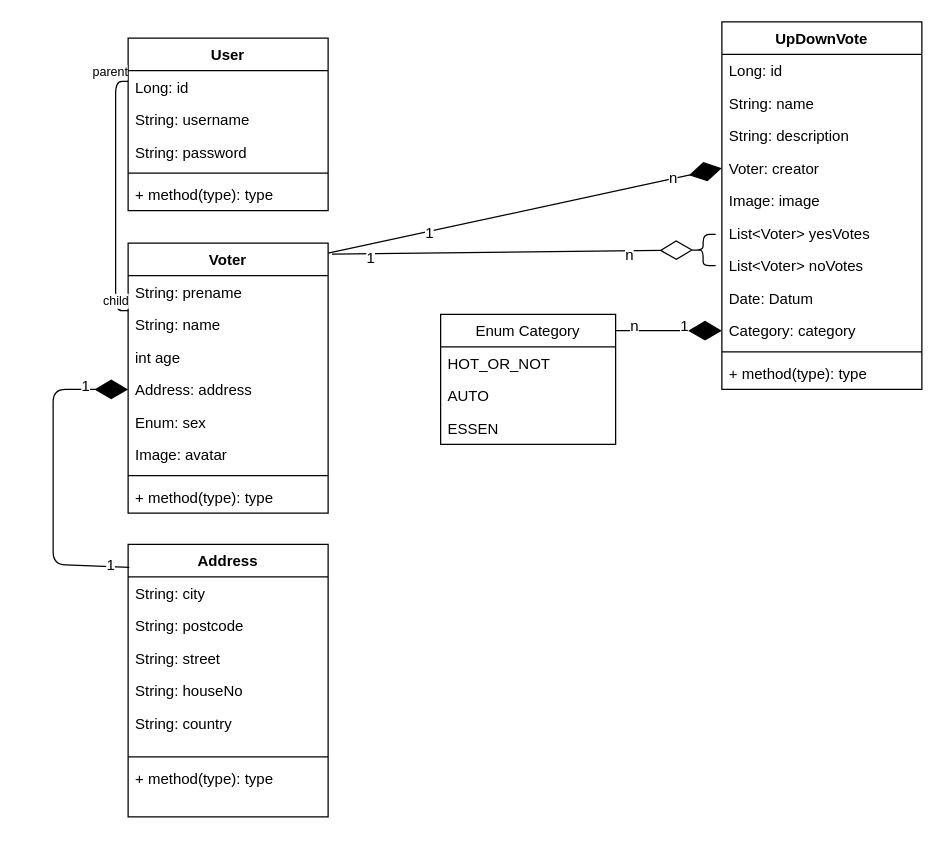
This is class-diagram.drawio from CodeWithFriendsKa/verteilte-systeme-vote-doku, a draw.io file, before an edit. Source tidied: cells renumbered, new cells numbered last; positions are measured from the earlier drawing's top-left corner, leaving out a move shared by most shapes. Both pictures are drawn from the tidied source at 125%, with x=0, y=0 at pixel (52, 21).
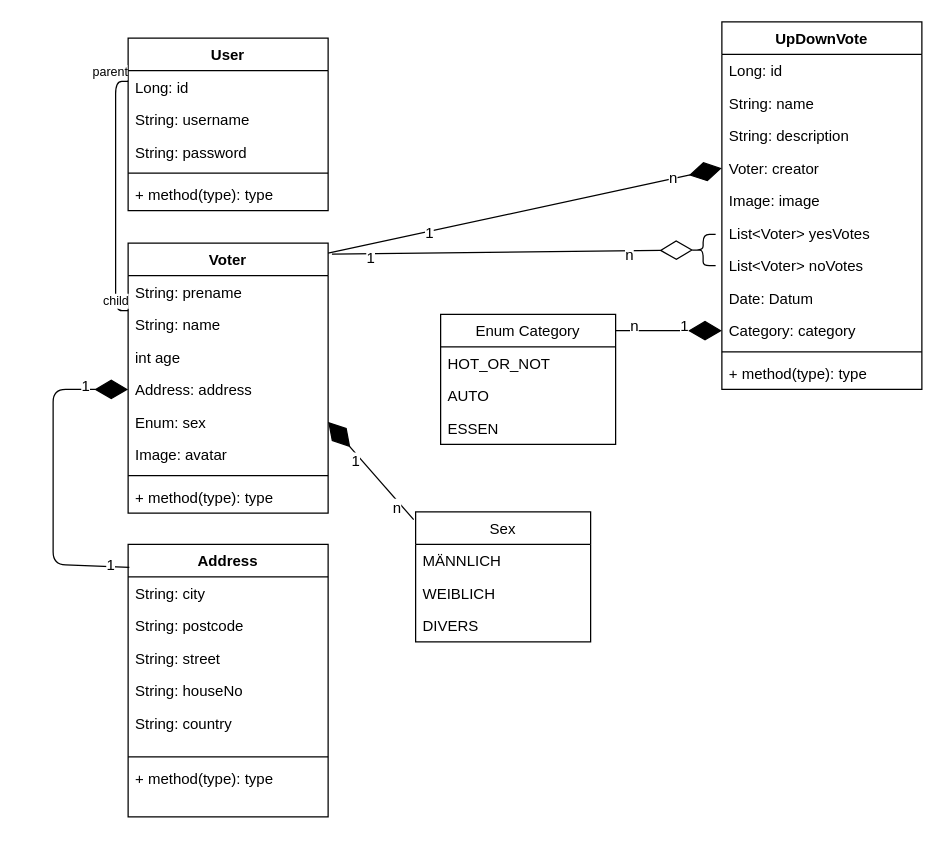
Above is the later version.

Commit message:
Einfügen von Sex Enum class-diagram.drawio

Unchanged cells that the change refers to:
```xml
<mxCell id="13" value="Enum: sex" style="text;strokeColor=none;fillColor=none;align=left;verticalAlign=top;spacingLeft=4;spacingRight=4;overflow=hidden;points=[[0,0.5],[1,0.5]];portConstraint=eastwest;" parent="8" vertex="1">
  <mxGeometry y="130" width="160" height="26" as="geometry" />
</mxCell>
```

Change to the diagram source:
```diff
@@
+    <mxCell id="57" value="Sex" style="swimlane;fontStyle=0;horizontal=1;startSize=26;fillColor=none;" parent="1" vertex="1">
+      <mxGeometry x="290" y="392" width="140" height="104" as="geometry" />
+    </mxCell>
+    <mxCell id="58" value="MÄNNLICH" style="text;strokeColor=none;fillColor=none;align=left;verticalAlign=top;spacingLeft=4;spacingRight=4;overflow=hidden;" parent="57" vertex="1">
+      <mxGeometry y="26" width="140" height="26" as="geometry" />
+    </mxCell>
+    <mxCell id="59" value="WEIBLICH" style="text;strokeColor=none;fillColor=none;align=left;verticalAlign=top;spacingLeft=4;spacingRight=4;overflow=hidden;" parent="57" vertex="1">
+      <mxGeometry y="52" width="140" height="26" as="geometry" />
+    </mxCell>
+    <mxCell id="60" value="DIVERS" style="text;strokeColor=none;fillColor=none;align=left;verticalAlign=top;spacingLeft=4;spacingRight=4;overflow=hidden;" parent="57" vertex="1">
+      <mxGeometry y="78" width="140" height="26" as="geometry" />
+    </mxCell>
+    <mxCell id="61" style="endArrow=diamondThin;endFill=1;endSize=24;html=1;entryX=1;entryY=0.5;entryDx=0;entryDy=0;exitX=-0.011;exitY=0.06;exitDx=0;exitDy=0;exitPerimeter=0;" parent="1" edge="1" source="57" target="13">
+      <mxGeometry relative="1" as="geometry" />
+    </mxCell>
+    <mxCell id="62" value="1" style="text;html=1;align=center;verticalAlign=middle;labelBackgroundColor=#ffffff;" parent="61" vertex="1">
+      <mxGeometry x="0.27" y="4" relative="1" as="geometry" />
+    </mxCell>
+    <mxCell id="63" value="n" style="text;html=1;align=center;verticalAlign=middle;labelBackgroundColor=#ffffff;" parent="61" vertex="1">
+      <mxGeometry x="-0.67" y="4" relative="1" as="geometry" />
+    </mxCell>
```
